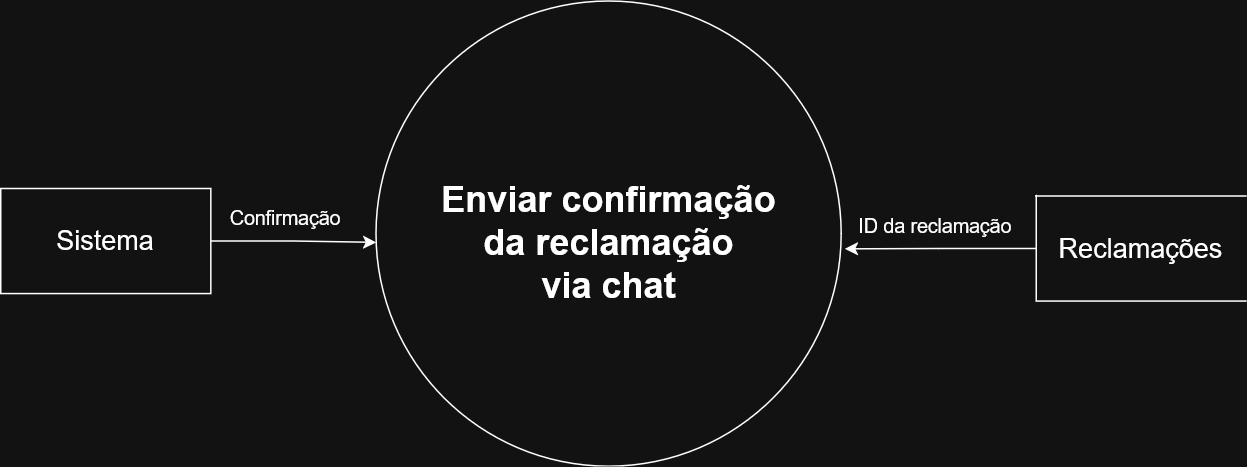
The draw.io diagram documentação/diagramas/RF004 - Enviar confirmação da reclamção via chat.png in Luvisa-dev/Chatbot-Projeto-Integrado, before a commit. Source tidied: cells renumbered, new cells last; positions are measured from the earlier drawing's top-left corner, leaving out a move shared by most shapes.
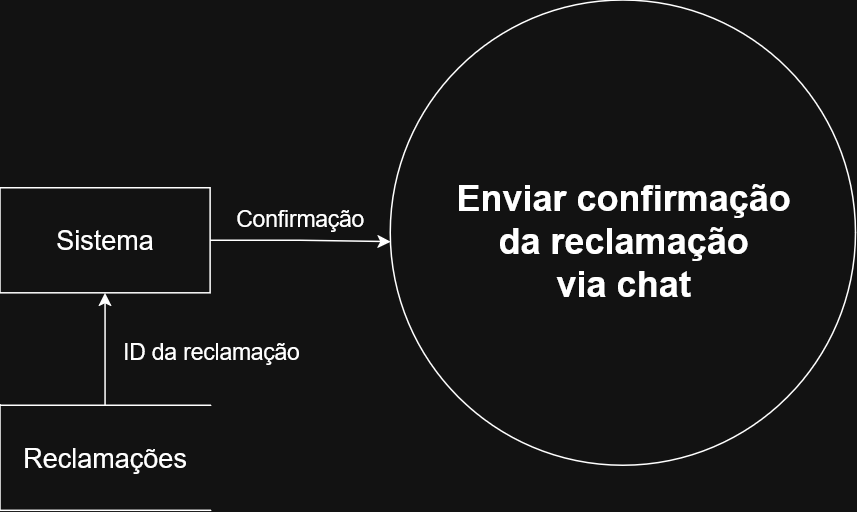
Later version of the same file.

What changed in the source:
```diff
@@ -3,10 +3,10 @@
     <mxCell id="0" />
     <mxCell id="1" parent="0" />
     <mxCell id="2" style="shape=ellipse;html=1;dashed=0;whiteSpace=wrap;perimeter=ellipsePerimeter;" parent="1" vertex="1">
-      <mxGeometry x="250" width="310" height="310" as="geometry" />
+      <mxGeometry x="260" width="310" height="310" as="geometry" />
     </mxCell>
     <mxCell id="3" value="&lt;div&gt;Enviar confirmação&lt;/div&gt;&lt;div&gt;da reclamação&lt;/div&gt;&lt;div&gt;via chat&lt;/div&gt;" style="text;strokeColor=none;fillColor=none;html=1;fontSize=24;fontStyle=1;verticalAlign=middle;align=center;" parent="1" vertex="1">
-      <mxGeometry x="355" y="160" width="100" as="geometry" />
+      <mxGeometry x="365" y="160" width="100" as="geometry" />
     </mxCell>
     <mxCell id="4" style="edgeStyle=orthogonalEdgeStyle;rounded=0;jettySize=auto;html=1;entryX=0.001;entryY=0.519;entryDx=0;entryDy=0;entryPerimeter=0;" parent="1" edge="1" source="5" target="2">
       <mxGeometry relative="1" as="geometry" />
@@ -14,17 +14,17 @@
     <mxCell id="5" value="&lt;div&gt;&lt;font style=&quot;font-size: 18px;&quot;&gt;Sistema&lt;/font&gt;&lt;/div&gt;" style="html=1;dashed=0;whiteSpace=wrap;" parent="1" vertex="1">
       <mxGeometry y="125" width="140" height="70" as="geometry" />
     </mxCell>
-    <mxCell id="6" value="Confirmação" style="text;html=1;align=center;verticalAlign=middle;whiteSpace=wrap;rounded=0;fontSize=13;" parent="1" vertex="1">
-      <mxGeometry x="160" y="130" width="60" height="30" as="geometry" />
+    <mxCell id="6" value="Confirmação" style="text;html=1;align=center;verticalAlign=middle;whiteSpace=wrap;rounded=0;fontSize=15;" parent="1" vertex="1">
+      <mxGeometry x="170" y="130" width="60" height="30" as="geometry" />
     </mxCell>
+    <mxCell id="10" style="edgeStyle=orthogonalEdgeStyle;rounded=0;jettySize=auto;html=1;entryX=0.5;entryY=1;entryDx=0;entryDy=0;" parent="1" edge="1" source="7" target="5">
+      <mxGeometry relative="1" as="geometry" />
+    </mxCell>
     <mxCell id="7" value="&lt;div&gt;&lt;font style=&quot;font-size: 18px;&quot;&gt;Reclamações&lt;/font&gt;&lt;/div&gt;" style="html=1;dashed=0;whiteSpace=wrap;shape=partialRectangle;right=0;" parent="1" vertex="1">
-      <mxGeometry x="690" y="130" width="140" height="70" as="geometry" />
+      <mxGeometry y="270" width="140" height="70" as="geometry" />
     </mxCell>
-    <mxCell id="8" style="edgeStyle=orthogonalEdgeStyle;rounded=0;jettySize=auto;html=1;entryX=1.008;entryY=0.533;entryDx=0;entryDy=0;entryPerimeter=0;" parent="1" edge="1" source="7" target="2">
-      <mxGeometry relative="1" as="geometry" />
-    </mxCell>
-    <mxCell id="9" value="&lt;font style=&quot;font-size: 13px;&quot;&gt;&lt;br&gt;ID da reclamação&lt;/font&gt;" style="text;whiteSpace=wrap;html=1;fontSize=11;" parent="1" vertex="1">
-      <mxGeometry x="570" y="120" width="120" height="40" as="geometry" />
+    <mxCell id="9" value="&lt;font&gt;&lt;br&gt;ID da reclamação&lt;/font&gt;" style="text;whiteSpace=wrap;html=1;fontSize=15;" parent="1" vertex="1">
+      <mxGeometry x="80" y="200" width="120" height="40" as="geometry" />
     </mxCell>
   </root>
 </mxGraphModel>
```
